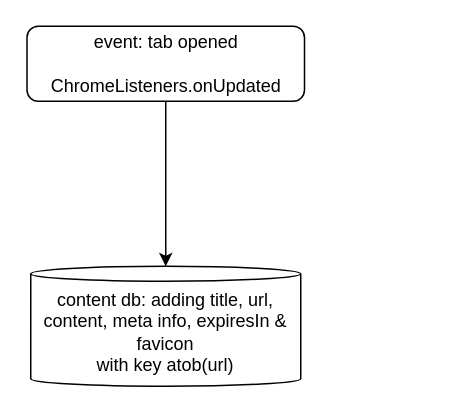
This is docs/drawio/test.drawio from evandor/tabsets, a draw.io file, before an edit. Source tidied: cells renumbered, new cells numbered last; positions are measured from the earlier drawing's top-left corner, leaving out a move shared by most shapes. Both pictures are drawn from the tidied source at 150%, with x=0, y=0 at pixel (27, 26).
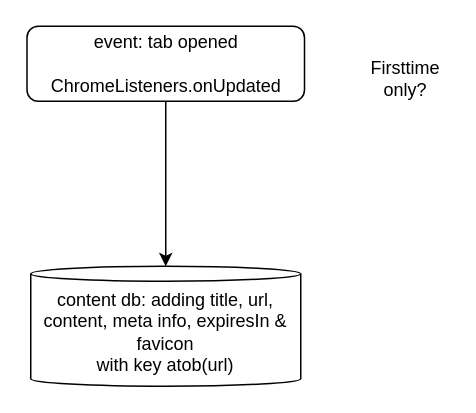
The same page after the edit.

The edit, as a diff of the source:
```diff
@@
 <mxGraphModel>
   <root>
     <mxCell id="0" />
     <mxCell id="1" parent="0" />
     <mxCell id="2" value="event: tab opened&lt;br&gt;&lt;br&gt;ChromeListeners.onUpdated" style="rounded=1;whiteSpace=wrap;html=1;" parent="1" vertex="1">
       <mxGeometry x="-0.5" width="185" height="50" as="geometry" />
     </mxCell>
     <mxCell id="3" value="content db: adding title, url, content, meta info, expiresIn &amp;amp; favicon&lt;br&gt;with key atob(url)" style="shape=cylinder3;whiteSpace=wrap;html=1;boundedLbl=1;backgroundOutline=1;size=5;" parent="1" vertex="1">
       <mxGeometry x="2" y="160" width="180" height="80" as="geometry" />
     </mxCell>
     <mxCell id="4" style="endArrow=classic;html=1;rounded=0;entryX=0.5;entryY=0;entryDx=0;entryDy=0;entryPerimeter=0;" parent="1" edge="1" source="2" target="3">
       <mxGeometry relative="1" as="geometry" />
     </mxCell>
+    <mxCell id="5" value="Firsttime only?" style="text;html=1;strokeColor=none;fillColor=none;align=center;verticalAlign=middle;whiteSpace=wrap;rounded=0;" parent="1" vertex="1">
+      <mxGeometry x="222" y="20" width="60" height="30" as="geometry" />
+    </mxCell>
   </root>
 </mxGraphModel>
```
